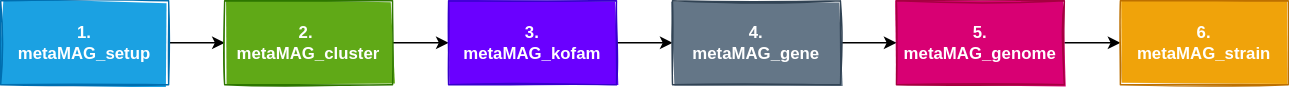
This is metaMAG.drawio(2).svg from coreykirkland/metaMAG_BETA, a draw.io export, as it was before one commit. Source tidied: cells renumbered, new cells last; positions are measured from the earlier drawing's top-left corner, leaving out a move shared by most shapes. The source it was exported from:
```xml
<mxGraphModel>
  <root>
    <mxCell id="0" />
    <mxCell id="1" parent="0" />
    <mxCell id="2" style="edgeStyle=orthogonalEdgeStyle;rounded=0;jettySize=auto;html=1;fontColor=#FFFFFF;" parent="1" edge="1" source="3" target="5">
      <mxGeometry relative="1" as="geometry" />
    </mxCell>
    <mxCell id="3" value="&lt;span&gt;1. &lt;br&gt;metaMAG_setup&lt;br&gt;&lt;/span&gt;" style="whiteSpace=wrap;html=1;rounded=0;fillColor=#1ba1e2;fontColor=#ffffff;strokeColor=#006EAF;shadow=0;sketch=1;fillStyle=solid;fontStyle=1;" parent="1" vertex="1">
      <mxGeometry width="120" height="60" as="geometry" />
    </mxCell>
    <mxCell id="4" style="edgeStyle=orthogonalEdgeStyle;rounded=0;jettySize=auto;html=1;fontColor=#FFFFFF;" parent="1" edge="1" source="5" target="7">
      <mxGeometry relative="1" as="geometry" />
    </mxCell>
    <mxCell id="5" value="&lt;div&gt;2.&amp;nbsp;&lt;/div&gt;&lt;div&gt;metaMAG_cluster&lt;/div&gt;" style="whiteSpace=wrap;html=1;fillColor=#60a917;strokeColor=#2D7600;rounded=0;fontStyle=1;fontColor=#ffffff;shadow=0;sketch=1;fillStyle=solid;" parent="1" vertex="1">
      <mxGeometry x="160" width="120" height="60" as="geometry" />
    </mxCell>
    <mxCell id="6" style="edgeStyle=orthogonalEdgeStyle;rounded=0;jettySize=auto;html=1;fontColor=#FFFFFF;" parent="1" edge="1" source="7" target="11">
      <mxGeometry relative="1" as="geometry" />
    </mxCell>
    <mxCell id="7" value="&lt;span&gt;3. &lt;br&gt;metaMAG_kofam&lt;/span&gt;" style="whiteSpace=wrap;html=1;fillColor=#6a00ff;strokeColor=#3700CC;rounded=0;fontStyle=1;fontColor=#ffffff;shadow=0;sketch=1;fillStyle=solid;" parent="1" vertex="1">
      <mxGeometry x="320" width="120" height="60" as="geometry" />
    </mxCell>
    <mxCell id="8" style="edgeStyle=orthogonalEdgeStyle;rounded=0;jettySize=auto;html=1;fontColor=#FFFFFF;" parent="1" edge="1" source="9" target="12">
      <mxGeometry relative="1" as="geometry" />
    </mxCell>
    <mxCell id="9" value="5. metaMAG_genome" style="whiteSpace=wrap;html=1;fillColor=#d80073;strokeColor=#A50040;rounded=0;fontStyle=1;fontColor=#ffffff;shadow=0;sketch=1;fillStyle=solid;" parent="1" vertex="1">
      <mxGeometry x="640" width="120" height="60" as="geometry" />
    </mxCell>
    <mxCell id="10" style="edgeStyle=orthogonalEdgeStyle;rounded=0;jettySize=auto;html=1;fontColor=#FFFFFF;" parent="1" edge="1" source="11" target="9">
      <mxGeometry relative="1" as="geometry" />
    </mxCell>
    <mxCell id="11" value="&lt;span&gt;4. &lt;br&gt;metaMAG_gene&lt;/span&gt;" style="whiteSpace=wrap;html=1;fillColor=#647687;strokeColor=#314354;rounded=0;fontStyle=1;fontColor=#ffffff;shadow=0;sketch=1;fillStyle=solid;" parent="1" vertex="1">
      <mxGeometry x="480" width="120" height="60" as="geometry" />
    </mxCell>
    <mxCell id="12" value="6.&lt;br&gt;metaMAG_strain" style="whiteSpace=wrap;html=1;fillColor=#f0a30a;strokeColor=#BD7000;rounded=0;fontStyle=1;fontColor=#FFFFFF;shadow=0;sketch=1;fillStyle=solid;glass=0;" parent="1" vertex="1">
      <mxGeometry x="800" width="120" height="60" as="geometry" />
    </mxCell>
  </root>
</mxGraphModel>
```
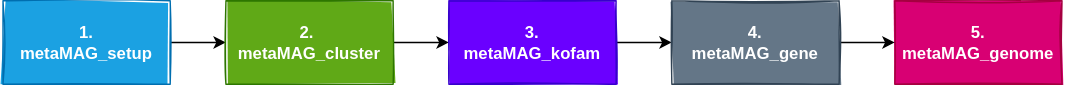
Later version of the same file.

What changed in the source:
```diff
@@ -20,9 +20,6 @@
     <mxCell id="7" value="&lt;span&gt;3. &lt;br&gt;metaMAG_kofam&lt;/span&gt;" style="whiteSpace=wrap;html=1;fillColor=#6a00ff;strokeColor=#3700CC;rounded=0;fontStyle=1;fontColor=#ffffff;shadow=0;sketch=1;fillStyle=solid;" parent="1" vertex="1">
       <mxGeometry x="320" width="120" height="60" as="geometry" />
     </mxCell>
-    <mxCell id="8" style="edgeStyle=orthogonalEdgeStyle;rounded=0;jettySize=auto;html=1;fontColor=#FFFFFF;" parent="1" edge="1" source="9" target="12">
-      <mxGeometry relative="1" as="geometry" />
-    </mxCell>
     <mxCell id="9" value="5. metaMAG_genome" style="whiteSpace=wrap;html=1;fillColor=#d80073;strokeColor=#A50040;rounded=0;fontStyle=1;fontColor=#ffffff;shadow=0;sketch=1;fillStyle=solid;" parent="1" vertex="1">
       <mxGeometry x="640" width="120" height="60" as="geometry" />
     </mxCell>
@@ -32,8 +29,5 @@
     <mxCell id="11" value="&lt;span&gt;4. &lt;br&gt;metaMAG_gene&lt;/span&gt;" style="whiteSpace=wrap;html=1;fillColor=#647687;strokeColor=#314354;rounded=0;fontStyle=1;fontColor=#ffffff;shadow=0;sketch=1;fillStyle=solid;" parent="1" vertex="1">
       <mxGeometry x="480" width="120" height="60" as="geometry" />
     </mxCell>
-    <mxCell id="12" value="6.&lt;br&gt;metaMAG_strain" style="whiteSpace=wrap;html=1;fillColor=#f0a30a;strokeColor=#BD7000;rounded=0;fontStyle=1;fontColor=#FFFFFF;shadow=0;sketch=1;fillStyle=solid;glass=0;" parent="1" vertex="1">
-      <mxGeometry x="800" width="120" height="60" as="geometry" />
-    </mxCell>
   </root>
 </mxGraphModel>
```
